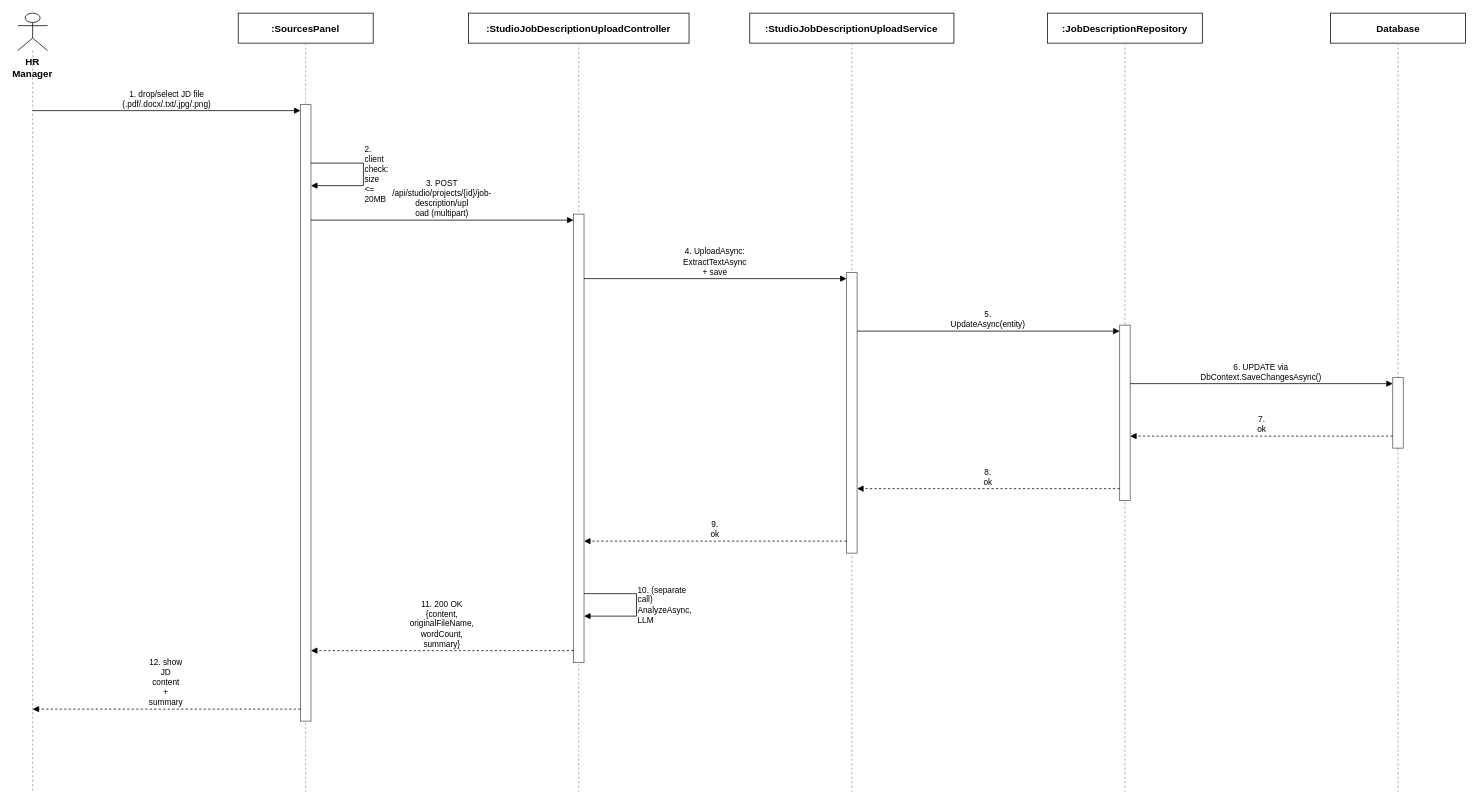
Before: docs/qa/Nam_SequenceDiagram/Report4_SequenceDiagram_JobDescriptionManagement_CreateJD_UploadFile.drawio in tulklk/AI_Interview_Question_Generation_RAG_LLM_FE, a draw.io diagram. Source tidied: cells renumbered, new cells numbered last; positions are measured from the earlier drawing's top-left corner, leaving out a move shared by most shapes. Both pictures are drawn from the tidied source at 75%, with x=0, y=0 at pixel (17, 13).
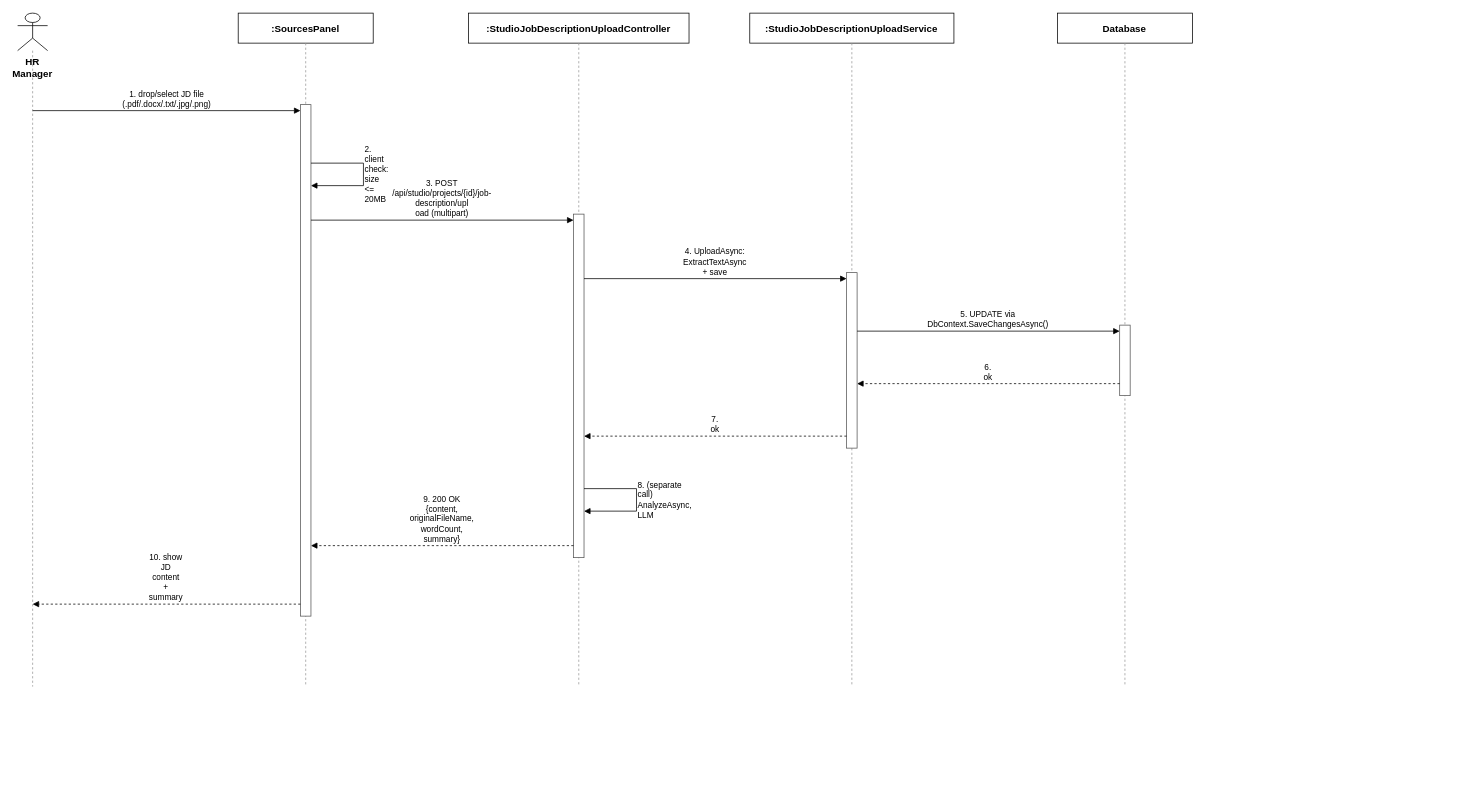
After the change.

The edit, as a diff of the source:
```diff
@@
     <mxCell id="3" style="endArrow=none;dashed=1;html=1;strokeColor=#999999;" parent="1" edge="1">
       <mxGeometry relative="1" as="geometry">
         <mxPoint x="20" y="50" as="sourcePoint" />
-        <mxPoint x="20" y="1038" as="targetPoint" />
+        <mxPoint x="20" y="898" as="targetPoint" />
       </mxGeometry>
     </mxCell>
@@
     <mxCell id="5" style="endArrow=none;dashed=1;html=1;strokeColor=#999999;" parent="1" edge="1">
       <mxGeometry relative="1" as="geometry">
         <mxPoint x="384.1" y="40" as="sourcePoint" />
-        <mxPoint x="384.1" y="1038" as="targetPoint" />
+        <mxPoint x="384.1" y="898" as="targetPoint" />
       </mxGeometry>
     </mxCell>
@@
     <mxCell id="7" style="endArrow=none;dashed=1;html=1;strokeColor=#999999;" parent="1" edge="1">
       <mxGeometry relative="1" as="geometry">
         <mxPoint x="748.2" y="40" as="sourcePoint" />
-        <mxPoint x="748.2" y="1038" as="targetPoint" />
+        <mxPoint x="748.2" y="898" as="targetPoint" />
       </mxGeometry>
     </mxCell>
@@
     <mxCell id="9" style="endArrow=none;dashed=1;html=1;strokeColor=#999999;" parent="1" edge="1">
       <mxGeometry relative="1" as="geometry">
         <mxPoint x="1112.3" y="40" as="sourcePoint" />
-        <mxPoint x="1112.3" y="1038" as="targetPoint" />
+        <mxPoint x="1112.3" y="898" as="targetPoint" />
       </mxGeometry>
     </mxCell>
-    <mxCell id="10" value=":JobDescriptionRepository" style="rounded=0;whiteSpace=wrap;html=1;fontSize=13;fillColor=#ffffff;strokeColor=#000000;fontStyle=1;" parent="1" vertex="1">
-      <mxGeometry x="1373.1" width="206.5" height="40" as="geometry" />
+    <mxCell id="10" value="Database" style="rounded=0;whiteSpace=wrap;html=1;fontSize=13;fillColor=#ffffff;strokeColor=#000000;fontStyle=1;" parent="1" vertex="1">
+      <mxGeometry x="1386.4" width="180" height="40" as="geometry" />
     </mxCell>
     <mxCell id="11" style="endArrow=none;dashed=1;html=1;strokeColor=#999999;" parent="1" edge="1">
       <mxGeometry relative="1" as="geometry">
         <mxPoint x="1476.4" y="40" as="sourcePoint" />
-        <mxPoint x="1476.4" y="1038" as="targetPoint" />
+        <mxPoint x="1476.4" y="898" as="targetPoint" />
       </mxGeometry>
     </mxCell>
-    <mxCell id="12" value="Database" style="rounded=0;whiteSpace=wrap;html=1;fontSize=13;fillColor=#ffffff;strokeColor=#000000;fontStyle=1;" parent="1" vertex="1">
-      <mxGeometry x="1750.5" width="180" height="40" as="geometry" />
+    <mxCell id="12" style="rounded=0;whiteSpace=wrap;html=1;fillColor=#ffffff;strokeColor=#555555;" parent="1" vertex="1">
+      <mxGeometry x="377.1" y="122" width="14" height="682" as="geometry" />
     </mxCell>
-    <mxCell id="13" style="endArrow=none;dashed=1;html=1;strokeColor=#999999;" parent="1" edge="1">
-      <mxGeometry relative="1" as="geometry">
-        <mxPoint x="1840.5" y="40" as="sourcePoint" />
-        <mxPoint x="1840.5" y="1038" as="targetPoint" />
-      </mxGeometry>
+    <mxCell id="13" style="rounded=0;whiteSpace=wrap;html=1;fillColor=#ffffff;strokeColor=#555555;" parent="1" vertex="1">
+      <mxGeometry x="741.2" y="268" width="14" height="458" as="geometry" />
     </mxCell>
     <mxCell id="14" style="rounded=0;whiteSpace=wrap;html=1;fillColor=#ffffff;strokeColor=#555555;" parent="1" vertex="1">
-      <mxGeometry x="377.1" y="122" width="14" height="822" as="geometry" />
+      <mxGeometry x="1105.3" y="346" width="14" height="234" as="geometry" />
     </mxCell>
     <mxCell id="15" style="rounded=0;whiteSpace=wrap;html=1;fillColor=#ffffff;strokeColor=#555555;" parent="1" vertex="1">
-      <mxGeometry x="741.2" y="268" width="14" height="598" as="geometry" />
+      <mxGeometry x="1469.4" y="416" width="14" height="94" as="geometry" />
     </mxCell>
-    <mxCell id="16" style="rounded=0;whiteSpace=wrap;html=1;fillColor=#ffffff;strokeColor=#555555;" parent="1" vertex="1">
-      <mxGeometry x="1105.3" y="346" width="14" height="374" as="geometry" />
+    <mxCell id="16" value="1. drop/select JD file (.pdf/.docx/.txt/.jpg/.png)" style="endArrow=block;endFill=1;html=1;whiteSpace=wrap;fontSize=11;align=center;verticalAlign=bottom;labelBackgroundColor=#ffffff;strokeColor=#000000;" parent="1" edge="1">
+      <mxGeometry relative="1" as="geometry">
+        <mxPoint x="20" y="130" as="sourcePoint" />
+        <mxPoint x="377.1" y="130" as="targetPoint" />
+      </mxGeometry>
     </mxCell>
-    <mxCell id="17" style="rounded=0;whiteSpace=wrap;html=1;fillColor=#ffffff;strokeColor=#555555;" parent="1" vertex="1">
-      <mxGeometry x="1469.4" y="416" width="14" height="234" as="geometry" />
+    <mxCell id="17" value="2. client check: size &lt;= 20MB" style="endArrow=block;endFill=1;html=1;whiteSpace=wrap;fontSize=11;align=left;verticalAlign=middle;labelBackgroundColor=#ffffff;rounded=0;strokeColor=#000000;" parent="1" edge="1">
+      <mxGeometry relative="1" as="geometry">
+        <mxPoint x="391.1" y="200" as="sourcePoint" />
+        <mxPoint x="391.1" y="230" as="targetPoint" />
+        <Array as="points">
+          <mxPoint x="461.1" y="200" />
+          <mxPoint x="461.1" y="230" />
+        </Array>
+      </mxGeometry>
     </mxCell>
-    <mxCell id="18" style="rounded=0;whiteSpace=wrap;html=1;fillColor=#ffffff;strokeColor=#555555;" parent="1" vertex="1">
-      <mxGeometry x="1833.5" y="486" width="14" height="94" as="geometry" />
+    <mxCell id="18" value="3. POST /api/studio/projects/{id}/job-description/upl&lt;br&gt;oad (multipart)" style="endArrow=block;endFill=1;html=1;whiteSpace=wrap;fontSize=11;align=center;verticalAlign=bottom;labelBackgroundColor=#ffffff;strokeColor=#000000;" parent="1" edge="1">
+      <mxGeometry relative="1" as="geometry">
+        <mxPoint x="391.1" y="276" as="sourcePoint" />
+        <mxPoint x="741.2" y="276" as="targetPoint" />
+      </mxGeometry>
     </mxCell>
-    <mxCell id="19" value="1. drop/select JD file (.pdf/.docx/.txt/.jpg/.png)" style="endArrow=block;endFill=1;html=1;whiteSpace=wrap;fontSize=11;align=center;verticalAlign=bottom;labelBackgroundColor=#ffffff;strokeColor=#000000;" parent="1" edge="1">
+    <mxCell id="19" value="4. UploadAsync: ExtractTextAsync + save" style="endArrow=block;endFill=1;html=1;whiteSpace=wrap;fontSize=11;align=center;verticalAlign=bottom;labelBackgroundColor=#ffffff;strokeColor=#000000;" parent="1" edge="1">
       <mxGeometry relative="1" as="geometry">
-        <mxPoint x="20" y="130" as="sourcePoint" />
-        <mxPoint x="377.1" y="130" as="targetPoint" />
+        <mxPoint x="755.2" y="354" as="sourcePoint" />
+        <mxPoint x="1105.3" y="354" as="targetPoint" />
       </mxGeometry>
     </mxCell>
-    <mxCell id="20" value="2. client check: size &lt;= 20MB" style="endArrow=block;endFill=1;html=1;whiteSpace=wrap;fontSize=11;align=left;verticalAlign=middle;labelBackgroundColor=#ffffff;rounded=0;strokeColor=#000000;" parent="1" edge="1">
+    <mxCell id="20" value="5. UPDATE via DbContext.SaveChangesAsync()" style="endArrow=block;endFill=1;html=1;whiteSpace=wrap;fontSize=11;align=center;verticalAlign=bottom;labelBackgroundColor=#ffffff;strokeColor=#000000;" parent="1" edge="1">
       <mxGeometry relative="1" as="geometry">
-        <mxPoint x="391.1" y="200" as="sourcePoint" />
-        <mxPoint x="391.1" y="230" as="targetPoint" />
-        <Array as="points">
-          <mxPoint x="461.1" y="200" />
-          <mxPoint x="461.1" y="230" />
-        </Array>
+        <mxPoint x="1119.3" y="424" as="sourcePoint" />
+        <mxPoint x="1469.4" y="424" as="targetPoint" />
       </mxGeometry>
     </mxCell>
-    <mxCell id="21" value="3. POST /api/studio/projects/{id}/job-description/upl&lt;br&gt;oad (multipart)" style="endArrow=block;endFill=1;html=1;whiteSpace=wrap;fontSize=11;align=center;verticalAlign=bottom;labelBackgroundColor=#ffffff;strokeColor=#000000;" parent="1" edge="1">
+    <mxCell id="21" value="6. ok" style="endArrow=block;endFill=1;html=1;whiteSpace=wrap;dashed=1;fontSize=11;align=center;verticalAlign=bottom;labelBackgroundColor=#ffffff;strokeColor=#000000;" parent="1" edge="1">
       <mxGeometry relative="1" as="geometry">
-        <mxPoint x="391.1" y="276" as="sourcePoint" />
-        <mxPoint x="741.2" y="276" as="targetPoint" />
+        <mxPoint x="1469.4" y="494" as="sourcePoint" />
+        <mxPoint x="1119.3" y="494" as="targetPoint" />
       </mxGeometry>
     </mxCell>
-    <mxCell id="22" value="4. UploadAsync: ExtractTextAsync + save" style="endArrow=block;endFill=1;html=1;whiteSpace=wrap;fontSize=11;align=center;verticalAlign=bottom;labelBackgroundColor=#ffffff;strokeColor=#000000;" parent="1" edge="1">
+    <mxCell id="22" value="7. ok" style="endArrow=block;endFill=1;html=1;whiteSpace=wrap;dashed=1;fontSize=11;align=center;verticalAlign=bottom;labelBackgroundColor=#ffffff;strokeColor=#000000;" parent="1" edge="1">
       <mxGeometry relative="1" as="geometry">
-        <mxPoint x="755.2" y="354" as="sourcePoint" />
-        <mxPoint x="1105.3" y="354" as="targetPoint" />
+        <mxPoint x="1105.3" y="564" as="sourcePoint" />
+        <mxPoint x="755.2" y="564" as="targetPoint" />
       </mxGeometry>
     </mxCell>
-    <mxCell id="23" value="5. UpdateAsync(entity)" style="endArrow=block;endFill=1;html=1;whiteSpace=wrap;fontSize=11;align=center;verticalAlign=bottom;labelBackgroundColor=#ffffff;strokeColor=#000000;" parent="1" edge="1">
+    <mxCell id="23" value="8. (separate call) AnalyzeAsync, LLM" style="endArrow=block;endFill=1;html=1;whiteSpace=wrap;fontSize=11;align=left;verticalAlign=middle;labelBackgroundColor=#ffffff;rounded=0;strokeColor=#000000;" parent="1" edge="1">
       <mxGeometry relative="1" as="geometry">
-        <mxPoint x="1119.3" y="424" as="sourcePoint" />
-        <mxPoint x="1469.4" y="424" as="targetPoint" />
+        <mxPoint x="755.2" y="634" as="sourcePoint" />
+        <mxPoint x="755.2" y="664" as="targetPoint" />
+        <Array as="points">
+          <mxPoint x="825.2" y="634" />
+          <mxPoint x="825.2" y="664" />
+        </Array>
       </mxGeometry>
     </mxCell>
-    <mxCell id="24" value="6. UPDATE via DbContext.SaveChangesAsync()" style="endArrow=block;endFill=1;html=1;whiteSpace=wrap;fontSize=11;align=center;verticalAlign=bottom;labelBackgroundColor=#ffffff;strokeColor=#000000;" parent="1" edge="1">
+    <mxCell id="24" value="9. 200 OK {content, originalFileName, wordCount,&lt;br&gt;summary}" style="endArrow=block;endFill=1;html=1;whiteSpace=wrap;dashed=1;fontSize=11;align=center;verticalAlign=bottom;labelBackgroundColor=#ffffff;strokeColor=#000000;" parent="1" edge="1">
       <mxGeometry relative="1" as="geometry">
-        <mxPoint x="1483.4" y="494" as="sourcePoint" />
-        <mxPoint x="1833.5" y="494" as="targetPoint" />
+        <mxPoint x="741.2" y="710" as="sourcePoint" />
+        <mxPoint x="391.1" y="710" as="targetPoint" />
       </mxGeometry>
     </mxCell>
-    <mxCell id="25" value="7. ok" style="endArrow=block;endFill=1;html=1;whiteSpace=wrap;dashed=1;fontSize=11;align=center;verticalAlign=bottom;labelBackgroundColor=#ffffff;strokeColor=#000000;" parent="1" edge="1">
+    <mxCell id="25" value="10. show JD content + summary" style="endArrow=block;endFill=1;html=1;whiteSpace=wrap;dashed=1;fontSize=11;align=center;verticalAlign=bottom;labelBackgroundColor=#ffffff;strokeColor=#000000;" parent="1" edge="1">
       <mxGeometry relative="1" as="geometry">
-        <mxPoint x="1833.5" y="564" as="sourcePoint" />
-        <mxPoint x="1483.4" y="564" as="targetPoint" />
+        <mxPoint x="377.1" y="788" as="sourcePoint" />
+        <mxPoint x="20" y="788" as="targetPoint" />
       </mxGeometry>
     </mxCell>
-    <mxCell id="26" value="8. ok" style="endArrow=block;endFill=1;html=1;whiteSpace=wrap;dashed=1;fontSize=11;align=center;verticalAlign=bottom;labelBackgroundColor=#ffffff;strokeColor=#000000;" parent="1" edge="1">
-      <mxGeometry relative="1" as="geometry">
-        <mxPoint x="1469.4" y="634" as="sourcePoint" />
-        <mxPoint x="1119.3" y="634" as="targetPoint" />
-      </mxGeometry>
-    </mxCell>
-    <mxCell id="27" value="9. ok" style="endArrow=block;endFill=1;html=1;whiteSpace=wrap;dashed=1;fontSize=11;align=center;verticalAlign=bottom;labelBackgroundColor=#ffffff;strokeColor=#000000;" parent="1" edge="1">
-      <mxGeometry relative="1" as="geometry">
-        <mxPoint x="1105.3" y="704" as="sourcePoint" />
-        <mxPoint x="755.2" y="704" as="targetPoint" />
-      </mxGeometry>
-    </mxCell>
-    <mxCell id="28" value="10. (separate call) AnalyzeAsync, LLM" style="endArrow=block;endFill=1;html=1;whiteSpace=wrap;fontSize=11;align=left;verticalAlign=middle;labelBackgroundColor=#ffffff;rounded=0;strokeColor=#000000;" parent="1" edge="1">
-      <mxGeometry relative="1" as="geometry">
-        <mxPoint x="755.2" y="774" as="sourcePoint" />
-        <mxPoint x="755.2" y="804" as="targetPoint" />
-        <Array as="points">
-          <mxPoint x="825.2" y="774" />
-          <mxPoint x="825.2" y="804" />
-        </Array>
-      </mxGeometry>
-    </mxCell>
-    <mxCell id="29" value="11. 200 OK {content, originalFileName, wordCount,&lt;br&gt;summary}" style="endArrow=block;endFill=1;html=1;whiteSpace=wrap;dashed=1;fontSize=11;align=center;verticalAlign=bottom;labelBackgroundColor=#ffffff;strokeColor=#000000;" parent="1" edge="1">
-      <mxGeometry relative="1" as="geometry">
-        <mxPoint x="741.2" y="850" as="sourcePoint" />
-        <mxPoint x="391.1" y="850" as="targetPoint" />
-      </mxGeometry>
-    </mxCell>
-    <mxCell id="30" value="12. show JD content + summary" style="endArrow=block;endFill=1;html=1;whiteSpace=wrap;dashed=1;fontSize=11;align=center;verticalAlign=bottom;labelBackgroundColor=#ffffff;strokeColor=#000000;" parent="1" edge="1">
-      <mxGeometry relative="1" as="geometry">
-        <mxPoint x="377.1" y="928" as="sourcePoint" />
-        <mxPoint x="20" y="928" as="targetPoint" />
-      </mxGeometry>
-    </mxCell>
```
